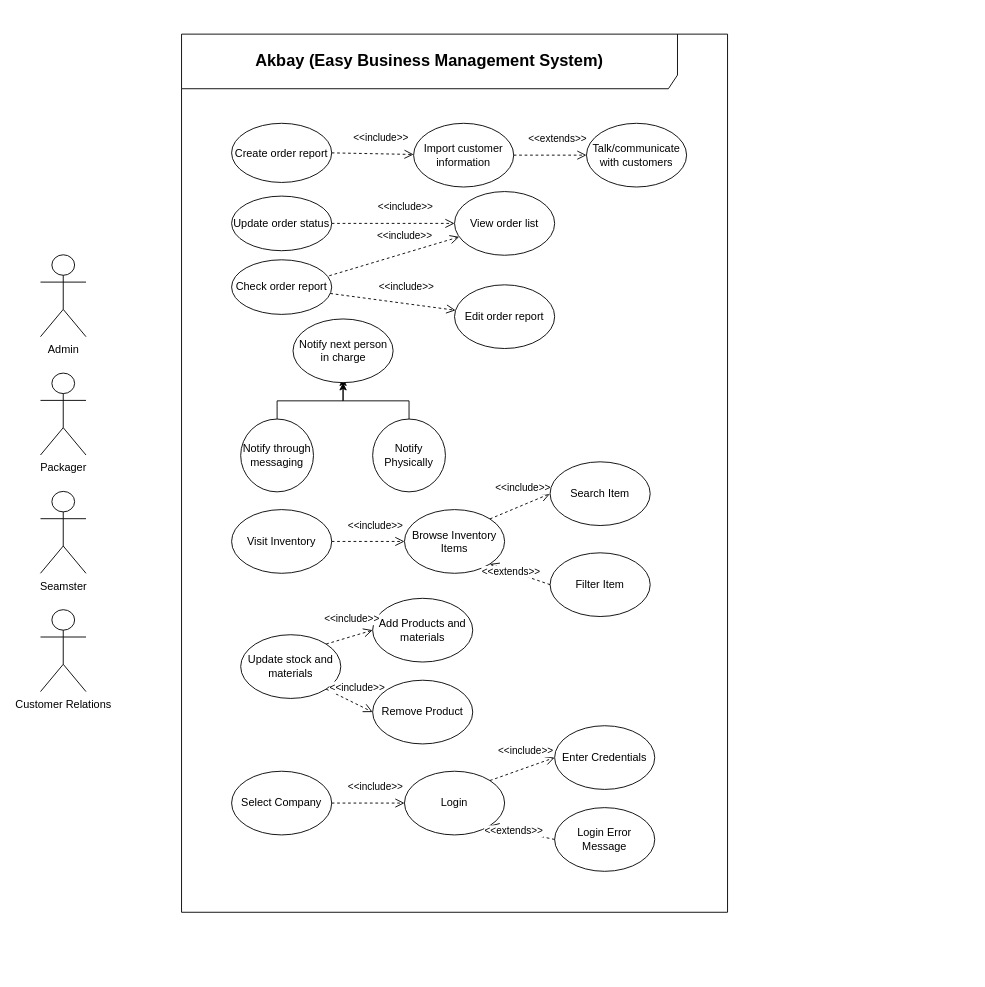
Earlier version of the draw.io diagram page "Page-6" (6 of 6) of UML CASE.drawio (BryanFabellore/Team_SPOTLIGHT). Source tidied: cells renumbered, new cells numbered last; positions are measured from the earlier drawing's top-left corner, leaving out a move shared by most shapes. Both pictures are drawn from the tidied source at 91%, with x=0, y=0 at pixel (40, 34).
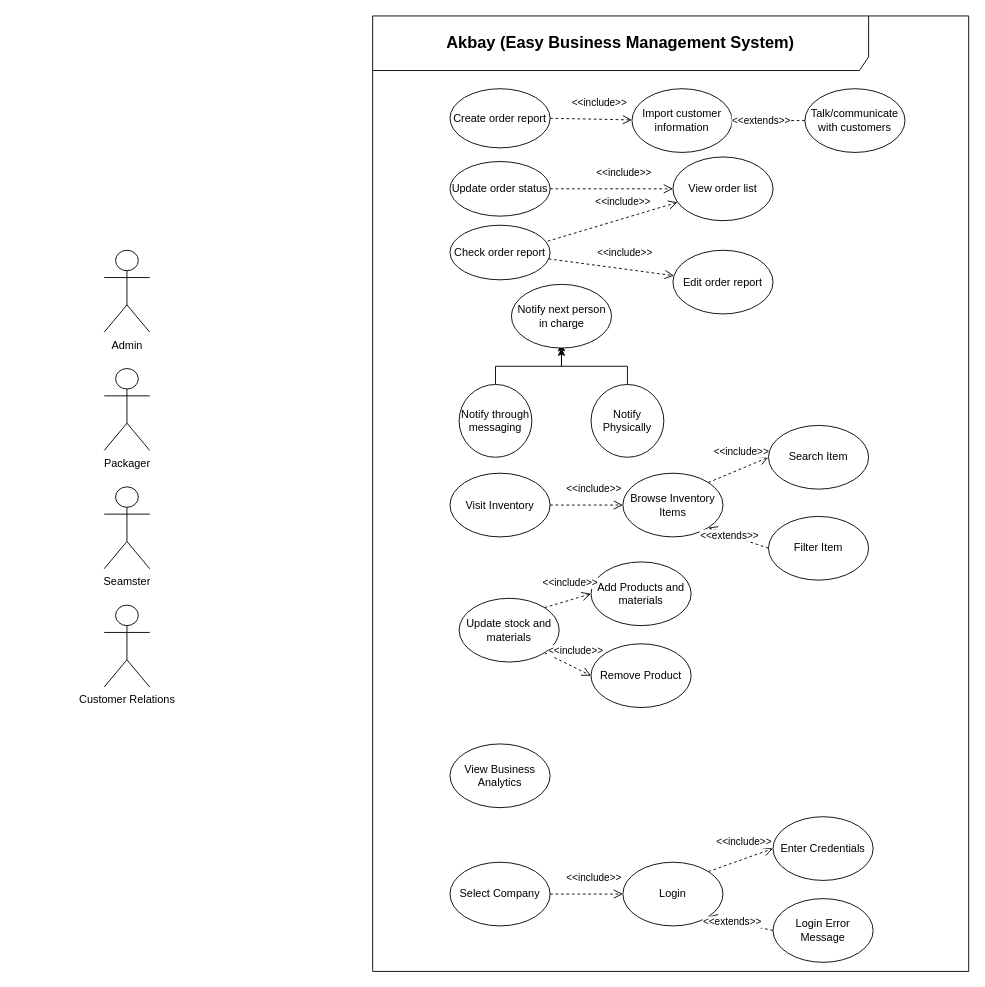
The same diagram, later.

Change to the diagram source:
```diff
@@
     <mxCell id="2" value="&lt;b&gt;&lt;font style=&quot;font-size: 18px;&quot;&gt;Akbay (Easy Business Management System)&lt;/font&gt;&lt;/b&gt;" style="shape=umlFrame;whiteSpace=wrap;html=1;width=545;height=60;" parent="1" vertex="1">
-      <mxGeometry x="155" width="600" height="965" as="geometry" />
+      <mxGeometry x="365" y="-20" width="655" height="1050" as="geometry" />
     </mxCell>
     <mxCell id="3" value="Packager" style="shape=umlActor;verticalLabelPosition=bottom;verticalAlign=top;html=1;" parent="1" vertex="1">
-      <mxGeometry y="372.5" width="50" height="90" as="geometry" />
+      <mxGeometry x="70" y="367.5" width="50" height="90" as="geometry" />
     </mxCell>
     <mxCell id="4" value="Admin" style="shape=umlActor;verticalLabelPosition=bottom;verticalAlign=top;html=1;" parent="1" vertex="1">
-      <mxGeometry y="242.5" width="50" height="90" as="geometry" />
+      <mxGeometry x="70" y="237.5" width="50" height="90" as="geometry" />
     </mxCell>
     <mxCell id="5" value="Seamster" style="shape=umlActor;verticalLabelPosition=bottom;verticalAlign=top;html=1;" parent="1" vertex="1">
-      <mxGeometry y="502.5" width="50" height="90" as="geometry" />
+      <mxGeometry x="70" y="497.5" width="50" height="90" as="geometry" />
     </mxCell>
     <mxCell id="6" value="Customer Relations" style="shape=umlActor;verticalLabelPosition=bottom;verticalAlign=top;html=1;" parent="1" vertex="1">
-      <mxGeometry y="632.5" width="50" height="90" as="geometry" />
+      <mxGeometry x="70" y="627.5" width="50" height="90" as="geometry" />
     </mxCell>
     <mxCell id="7" value="Check order report" style="ellipse;whiteSpace=wrap;html=1;" parent="1" vertex="1">
-      <mxGeometry x="210" y="248" width="110" height="60" as="geometry" />
+      <mxGeometry x="450" y="210" width="110" height="60" as="geometry" />
     </mxCell>
     <mxCell id="8" value="Update order status" style="ellipse;whiteSpace=wrap;html=1;" parent="1" vertex="1">
-      <mxGeometry x="210" y="178" width="110" height="60" as="geometry" />
+      <mxGeometry x="450" y="140" width="110" height="60" as="geometry" />
     </mxCell>
     <mxCell id="9" value="Browse Inventory Items" style="ellipse;whiteSpace=wrap;html=1;" parent="1" vertex="1">
-      <mxGeometry x="400" y="522.5" width="110" height="70" as="geometry" />
+      <mxGeometry x="640" y="482.5" width="110" height="70" as="geometry" />
     </mxCell>
     <mxCell id="10" value="Update stock and materials" style="ellipse;whiteSpace=wrap;html=1;" parent="1" vertex="1">
-      <mxGeometry x="220" y="660" width="110" height="70" as="geometry" />
+      <mxGeometry x="460" y="620" width="110" height="70" as="geometry" />
     </mxCell>
     <mxCell id="11" value="Create order report" style="ellipse;whiteSpace=wrap;html=1;" parent="1" vertex="1">
-      <mxGeometry x="210" y="98" width="110" height="65" as="geometry" />
+      <mxGeometry x="450" y="60" width="110" height="65" as="geometry" />
     </mxCell>
     <mxCell id="12" value="Import customer information" style="ellipse;whiteSpace=wrap;html=1;" parent="1" vertex="1">
-      <mxGeometry x="410" y="98" width="110" height="70" as="geometry" />
+      <mxGeometry x="650" y="60" width="110" height="70" as="geometry" />
     </mxCell>
     <mxCell id="13" value="Edit order report" style="ellipse;whiteSpace=wrap;html=1;" parent="1" vertex="1">
-      <mxGeometry x="455" y="275.5" width="110" height="70" as="geometry" />
+      <mxGeometry x="695" y="237.5" width="110" height="70" as="geometry" />
     </mxCell>
     <mxCell id="14" value="Talk/communicate with customers" style="ellipse;whiteSpace=wrap;html=1;" parent="1" vertex="1">
-      <mxGeometry x="600" y="98" width="110" height="70" as="geometry" />
+      <mxGeometry x="840" y="60" width="110" height="70" as="geometry" />
     </mxCell>
     <mxCell id="15" value="View order list" style="ellipse;whiteSpace=wrap;html=1;" parent="1" vertex="1">
-      <mxGeometry x="455" y="173" width="110" height="70" as="geometry" />
+      <mxGeometry x="695" y="135" width="110" height="70" as="geometry" />
     </mxCell>
@@
-    <mxCell id="19" value="&amp;lt;&amp;lt;extends&amp;gt;&amp;gt;" style="html=1;verticalAlign=bottom;endArrow=open;dashed=1;endSize=8;rounded=0;exitX=1;exitY=0.5;exitDx=0;exitDy=0;entryX=0;entryY=0.5;entryDx=0;entryDy=0;" parent="1" edge="1" source="12" target="14">
-      <mxGeometry x="0.2" y="9" relative="1" as="geometry" />
-    </mxCell>
     <mxCell id="20" value="Login" style="ellipse;whiteSpace=wrap;html=1;" parent="1" vertex="1">
-      <mxGeometry x="400" y="810" width="110" height="70" as="geometry" />
+      <mxGeometry x="640" y="910" width="110" height="70" as="geometry" />
     </mxCell>
@@
     <mxCell id="22" value="Login Error Message" style="ellipse;whiteSpace=wrap;html=1;" parent="1" vertex="1">
-      <mxGeometry x="565" y="850" width="110" height="70" as="geometry" />
+      <mxGeometry x="805" y="950" width="110" height="70" as="geometry" />
     </mxCell>
@@
     <mxCell id="24" value="Enter Credentials" style="ellipse;whiteSpace=wrap;html=1;" parent="1" vertex="1">
-      <mxGeometry x="565" y="760" width="110" height="70" as="geometry" />
+      <mxGeometry x="805" y="860" width="110" height="70" as="geometry" />
     </mxCell>
@@
     <mxCell id="30" value="Notify through messaging" style="ellipse;whiteSpace=wrap;html=1;" parent="1" vertex="1">
-      <mxGeometry x="220" y="423" width="80" height="80" as="geometry" />
+      <mxGeometry x="460" y="385" width="80" height="80" as="geometry" />
     </mxCell>
     <mxCell id="31" value="Notify next person in charge" style="ellipse;whiteSpace=wrap;html=1;" parent="1" vertex="1">
-      <mxGeometry x="277.5" y="313" width="110" height="70" as="geometry" />
+      <mxGeometry x="517.5" y="275" width="110" height="70" as="geometry" />
     </mxCell>
@@
     <mxCell id="33" value="Notify Physically" style="ellipse;whiteSpace=wrap;html=1;" parent="1" vertex="1">
-      <mxGeometry x="365" y="423" width="80" height="80" as="geometry" />
+      <mxGeometry x="605" y="385" width="80" height="80" as="geometry" />
     </mxCell>
     <mxCell id="34" value="Search Item" style="ellipse;whiteSpace=wrap;html=1;" parent="1" vertex="1">
-      <mxGeometry x="560" y="470" width="110" height="70" as="geometry" />
+      <mxGeometry x="800" y="430" width="110" height="70" as="geometry" />
     </mxCell>
     <mxCell id="35" value="Filter Item" style="ellipse;whiteSpace=wrap;html=1;" parent="1" vertex="1">
-      <mxGeometry x="560" y="570" width="110" height="70" as="geometry" />
+      <mxGeometry x="800" y="530" width="110" height="70" as="geometry" />
     </mxCell>
     <mxCell id="36" value="Remove Product" style="ellipse;whiteSpace=wrap;html=1;" parent="1" vertex="1">
-      <mxGeometry x="365" y="710" width="110" height="70" as="geometry" />
+      <mxGeometry x="605" y="670" width="110" height="70" as="geometry" />
     </mxCell>
     <mxCell id="37" value="Add Products and materials" style="ellipse;whiteSpace=wrap;html=1;" parent="1" vertex="1">
-      <mxGeometry x="365" y="620" width="110" height="70" as="geometry" />
+      <mxGeometry x="605" y="580" width="110" height="70" as="geometry" />
     </mxCell>
@@
     <mxCell id="39" value="Select Company" style="ellipse;whiteSpace=wrap;html=1;" parent="1" vertex="1">
-      <mxGeometry x="210" y="810" width="110" height="70" as="geometry" />
+      <mxGeometry x="450" y="910" width="110" height="70" as="geometry" />
     </mxCell>
@@
     <mxCell id="41" value="Visit Inventory" style="ellipse;whiteSpace=wrap;html=1;" parent="1" vertex="1">
-      <mxGeometry x="210" y="522.5" width="110" height="70" as="geometry" />
+      <mxGeometry x="450" y="482.5" width="110" height="70" as="geometry" />
     </mxCell>
@@
+    <mxCell id="43" value="View Business Analytics" style="ellipse;whiteSpace=wrap;html=1;" parent="1" vertex="1">
+      <mxGeometry x="450" y="780" width="110" height="70" as="geometry" />
+    </mxCell>
+    <mxCell id="19" value="&amp;lt;&amp;lt;extends&amp;gt;&amp;gt;" style="html=1;verticalAlign=bottom;endArrow=open;dashed=1;endSize=8;rounded=0;exitX=0;exitY=0.5;exitDx=0;exitDy=0;" parent="1" edge="1" source="14" target="12">
+      <mxGeometry x="0.2" y="9" relative="1" as="geometry" />
+    </mxCell>
```
